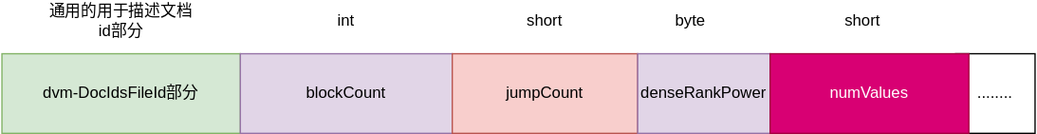
liooyan/notes keeps this draw.io diagram as lucene/class/codecs/dvm-number.svg. Above is the earlier version. Source tidied: cells renumbered, new cells last; positions are measured from the earlier drawing's top-left corner, leaving out a move shared by most shapes.
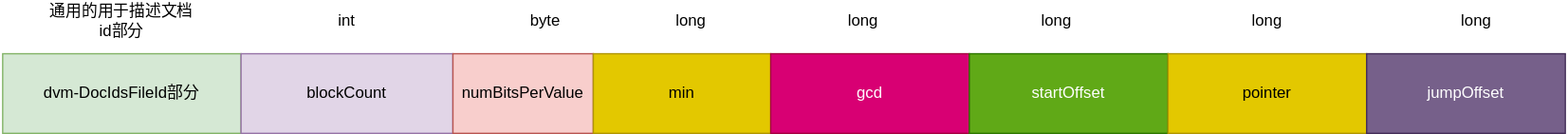
The same file after the commit.

Diff of the diagram source:
```diff
@@ -8,8 +8,8 @@
     <mxCell id="3" value="blockCount" style="rounded=0;whiteSpace=wrap;html=1;fillColor=#e1d5e7;strokeColor=#9673a6;" parent="1" vertex="1">
       <mxGeometry x="180" y="40" width="160" height="60" as="geometry" />
     </mxCell>
-    <mxCell id="4" value="jumpCount" style="rounded=0;whiteSpace=wrap;html=1;fillColor=#f8cecc;strokeColor=#b85450;" parent="1" vertex="1">
-      <mxGeometry x="340" y="40" width="140" height="60" as="geometry" />
+    <mxCell id="4" value="numBitsPerValue" style="rounded=0;whiteSpace=wrap;html=1;fillColor=#f8cecc;strokeColor=#b85450;" parent="1" vertex="1">
+      <mxGeometry x="340" y="40" width="106" height="60" as="geometry" />
     </mxCell>
     <mxCell id="5" value="通用的用于描述文档id部分" style="text;html=1;strokeColor=none;fillColor=none;align=center;verticalAlign=middle;whiteSpace=wrap;rounded=0;" parent="1" vertex="1">
       <mxGeometry x="35" width="110" height="30" as="geometry" />
@@ -17,23 +17,38 @@
     <mxCell id="6" value="int" style="text;html=1;strokeColor=none;fillColor=none;align=center;verticalAlign=middle;whiteSpace=wrap;rounded=0;" parent="1" vertex="1">
       <mxGeometry x="230" width="60" height="30" as="geometry" />
     </mxCell>
-    <mxCell id="7" value="short" style="text;html=1;strokeColor=none;fillColor=none;align=center;verticalAlign=middle;whiteSpace=wrap;rounded=0;" parent="1" vertex="1">
+    <mxCell id="7" value="byte" style="text;html=1;strokeColor=none;fillColor=none;align=center;verticalAlign=middle;whiteSpace=wrap;rounded=0;" parent="1" vertex="1">
       <mxGeometry x="380" width="60" height="30" as="geometry" />
     </mxCell>
-    <mxCell id="8" value="denseRankPower" style="rounded=0;whiteSpace=wrap;html=1;fillColor=#e1d5e7;strokeColor=#9673a6;" parent="1" vertex="1">
-      <mxGeometry x="480" y="40" width="100" height="60" as="geometry" />
+    <mxCell id="8" value="min" style="rounded=0;whiteSpace=wrap;html=1;fillColor=#e3c800;strokeColor=#B09500;fontColor=#000000;" parent="1" vertex="1">
+      <mxGeometry x="446" y="40" width="134" height="60" as="geometry" />
     </mxCell>
-    <mxCell id="9" value="byte" style="text;html=1;strokeColor=none;fillColor=none;align=center;verticalAlign=middle;whiteSpace=wrap;rounded=0;" parent="1" vertex="1">
+    <mxCell id="9" value="long" style="text;html=1;strokeColor=none;fillColor=none;align=center;verticalAlign=middle;whiteSpace=wrap;rounded=0;" parent="1" vertex="1">
       <mxGeometry x="490" width="60" height="30" as="geometry" />
     </mxCell>
-    <mxCell id="10" value="........" style="rounded=0;whiteSpace=wrap;html=1;" parent="1" vertex="1">
-      <mxGeometry x="720" y="40" width="60" height="60" as="geometry" />
-    </mxCell>
-    <mxCell id="11" value="numValues" style="rounded=0;whiteSpace=wrap;html=1;fillColor=#d80073;strokeColor=#A50040;fontColor=#ffffff;" parent="1" vertex="1">
+    <mxCell id="11" value="gcd" style="rounded=0;whiteSpace=wrap;html=1;fillColor=#d80073;strokeColor=#A50040;fontColor=#ffffff;" parent="1" vertex="1">
       <mxGeometry x="580" y="40" width="150" height="60" as="geometry" />
     </mxCell>
-    <mxCell id="12" value="short" style="text;html=1;strokeColor=none;fillColor=none;align=center;verticalAlign=middle;whiteSpace=wrap;rounded=0;" parent="1" vertex="1">
+    <mxCell id="12" value="long" style="text;html=1;strokeColor=none;fillColor=none;align=center;verticalAlign=middle;whiteSpace=wrap;rounded=0;" parent="1" vertex="1">
       <mxGeometry x="620" width="60" height="30" as="geometry" />
     </mxCell>
+    <mxCell id="13" value="startOffset" style="rounded=0;whiteSpace=wrap;html=1;fillColor=#60a917;strokeColor=#2D7600;fontColor=#ffffff;" parent="1" vertex="1">
+      <mxGeometry x="730" y="40" width="150" height="60" as="geometry" />
+    </mxCell>
+    <mxCell id="14" value="long" style="text;html=1;strokeColor=none;fillColor=none;align=center;verticalAlign=middle;whiteSpace=wrap;rounded=0;" parent="1" vertex="1">
+      <mxGeometry x="766" width="60" height="30" as="geometry" />
+    </mxCell>
+    <mxCell id="15" value="pointer" style="rounded=0;whiteSpace=wrap;html=1;fillColor=#e3c800;strokeColor=#B09500;fontColor=#000000;" parent="1" vertex="1">
+      <mxGeometry x="880" y="40" width="150" height="60" as="geometry" />
+    </mxCell>
+    <mxCell id="16" value="long" style="text;html=1;strokeColor=none;fillColor=none;align=center;verticalAlign=middle;whiteSpace=wrap;rounded=0;" parent="1" vertex="1">
+      <mxGeometry x="925" width="60" height="30" as="geometry" />
+    </mxCell>
+    <mxCell id="17" value="jumpOffset" style="rounded=0;whiteSpace=wrap;html=1;fillColor=#76608a;strokeColor=#432D57;fontColor=#ffffff;" parent="1" vertex="1">
+      <mxGeometry x="1030" y="40" width="150" height="60" as="geometry" />
+    </mxCell>
+    <mxCell id="18" value="long" style="text;html=1;strokeColor=none;fillColor=none;align=center;verticalAlign=middle;whiteSpace=wrap;rounded=0;" parent="1" vertex="1">
+      <mxGeometry x="1083" width="60" height="30" as="geometry" />
+    </mxCell>
   </root>
 </mxGraphModel>
```
